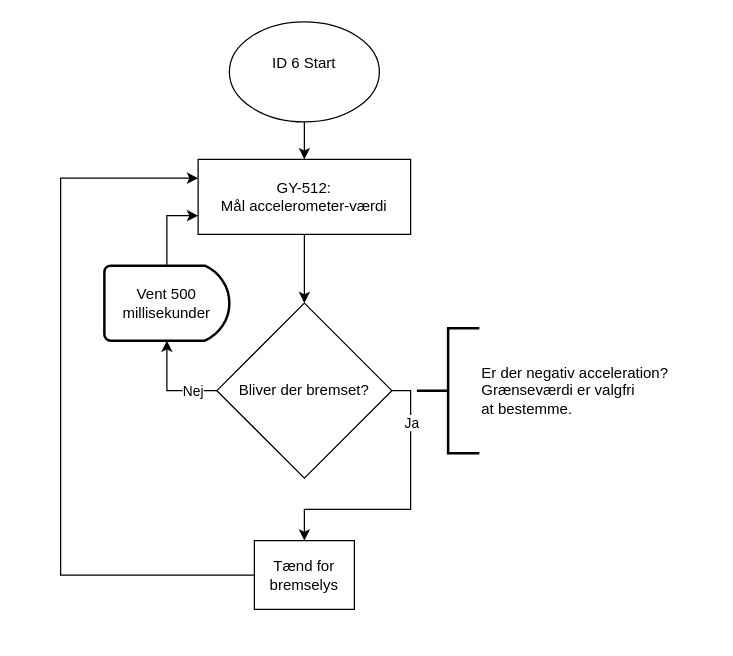
Above: ID 06, P2/ID6 V1 Bremselys.drawio in KEA-E24-B9-IOT1/E24-B9-IoT1 (draw.io), before the change. Source tidied: cells renumbered, new cells numbered last; positions are measured from the earlier drawing's top-left corner, leaving out a move shared by most shapes. Both pictures are drawn from the tidied source at 125%, with x=0, y=0 at pixel (60, 21).
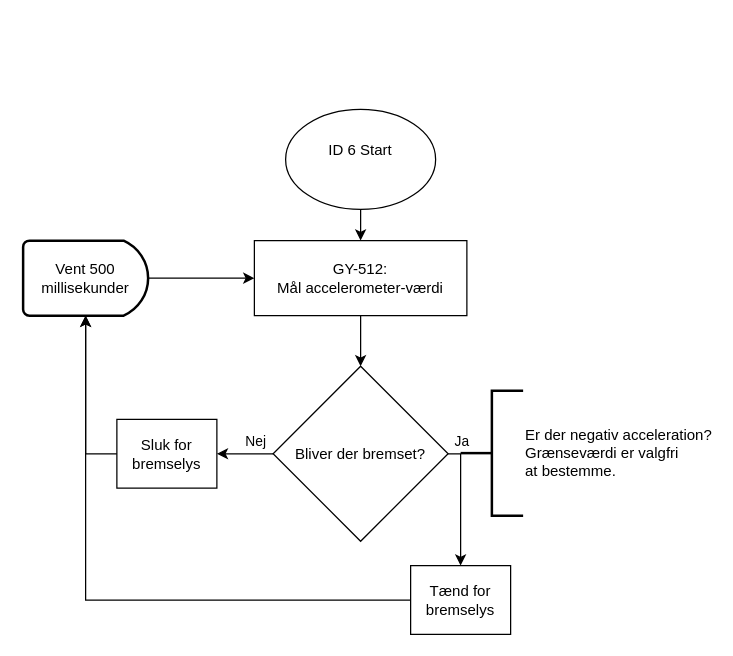
The same diagram, later.

Commit message:
Tilføjet sluk for bremselys

Change to the diagram source:
```diff
@@
-    <mxCell id="2" style="edgeStyle=orthogonalEdgeStyle;rounded=0;jettySize=auto;html=1;" parent="1" edge="1" source="3">
-      <mxGeometry relative="1" as="geometry">
-        <mxPoint x="195" y="110" as="targetPoint" />
-      </mxGeometry>
-    </mxCell>
+    <mxCell id="17" style="edgeStyle=orthogonalEdgeStyle;rounded=0;jettySize=auto;html=1;" parent="1" edge="1" source="3" target="8">
+      <mxGeometry relative="1" as="geometry" />
+    </mxCell>
     <mxCell id="3" value="ID 6 Start&lt;div&gt;&lt;br&gt;&lt;/div&gt;" style="ellipse;whiteSpace=wrap;html=1;" parent="1" vertex="1">
-      <mxGeometry x="135" width="120" height="80" as="geometry" />
+      <mxGeometry x="180" y="70" width="120" height="80" as="geometry" />
     </mxCell>
-    <mxCell id="4" style="edgeStyle=orthogonalEdgeStyle;rounded=0;jettySize=auto;html=1;" parent="1" edge="1" target="8">
-      <mxGeometry relative="1" as="geometry">
-        <mxPoint x="195" y="170" as="sourcePoint" />
-      </mxGeometry>
-    </mxCell>
-    <mxCell id="5" style="edgeStyle=orthogonalEdgeStyle;rounded=0;jettySize=auto;html=1;exitX=0;exitY=0.5;exitDx=0;exitDy=0;entryX=0;entryY=0.25;entryDx=0;entryDy=0;" parent="1" edge="1" source="6" target="8">
-      <mxGeometry relative="1" as="geometry">
-        <Array as="points">
-          <mxPoint y="443" />
-          <mxPoint y="125" />
-        </Array>
-      </mxGeometry>
-    </mxCell>
-    <mxCell id="6" value="Tænd for bremselys" style="rounded=0;whiteSpace=wrap;html=1;" parent="1" vertex="1">
-      <mxGeometry x="155" y="415" width="80" height="55" as="geometry" />
-    </mxCell>
@@
     <mxCell id="8" value="&lt;div&gt;GY-512:&lt;/div&gt;&lt;div&gt;Mål accelerometer-værdi&lt;br&gt;&lt;/div&gt;" style="rounded=0;whiteSpace=wrap;html=1;" parent="1" vertex="1">
-      <mxGeometry x="110" y="110" width="170" height="60" as="geometry" />
+      <mxGeometry x="155" y="175" width="170" height="60" as="geometry" />
     </mxCell>
+    <mxCell id="18" style="edgeStyle=orthogonalEdgeStyle;rounded=0;jettySize=auto;html=1;" parent="1" edge="1" source="11" target="19">
+      <mxGeometry relative="1" as="geometry">
+        <Array as="points">
+          <mxPoint x="150" y="345" />
+          <mxPoint x="150" y="346" />
+        </Array>
+      </mxGeometry>
+    </mxCell>
+    <mxCell id="15" value="Nej" style="edgeLabel;html=1;align=center;verticalAlign=middle;" parent="18" vertex="1">
+      <mxGeometry x="-0.13" y="-5" relative="1" as="geometry">
+        <mxPoint x="5" y="-5" as="offset" />
+      </mxGeometry>
+    </mxCell>
-    <mxCell id="9" style="edgeStyle=orthogonalEdgeStyle;rounded=0;jettySize=auto;html=1;entryX=0.5;entryY=0;entryDx=0;entryDy=0;" parent="1" edge="1" source="11" target="6">
+    <mxCell id="9" style="edgeStyle=orthogonalEdgeStyle;rounded=0;jettySize=auto;html=1;" parent="1" edge="1" source="11" target="6">
       <mxGeometry relative="1" as="geometry">
         <Array as="points">
-          <mxPoint x="280" y="295" />
-          <mxPoint x="280" y="390" />
-          <mxPoint x="195" y="390" />
+          <mxPoint x="320" y="346" />
         </Array>
       </mxGeometry>
     </mxCell>
     <mxCell id="10" value="Ja" style="edgeLabel;html=1;align=center;verticalAlign=middle;" parent="9" vertex="1">
-      <mxGeometry x="-0.84" y="8" relative="1" as="geometry">
-        <mxPoint x="-8" y="22" as="offset" />
+      <mxGeometry x="0.25" y="2" relative="1" as="geometry">
+        <mxPoint x="-2" y="-62" as="offset" />
       </mxGeometry>
     </mxCell>
     <mxCell id="11" value="Bliver der bremset?" style="rhombus;whiteSpace=wrap;html=1;" parent="1" vertex="1">
-      <mxGeometry x="125" y="225" width="140" height="140" as="geometry" />
+      <mxGeometry x="170" y="275.5" width="140" height="140" as="geometry" />
     </mxCell>
-    <mxCell id="12" style="edgeStyle=orthogonalEdgeStyle;rounded=0;jettySize=auto;html=1;exitX=0.5;exitY=0;exitDx=0;exitDy=0;exitPerimeter=0;entryX=0;entryY=0.75;entryDx=0;entryDy=0;" parent="1" edge="1" source="13" target="8">
+    <mxCell id="12" style="edgeStyle=orthogonalEdgeStyle;rounded=0;jettySize=auto;html=1;entryX=0;entryY=0.5;entryDx=0;entryDy=0;" parent="1" edge="1" source="13" target="8">
       <mxGeometry relative="1" as="geometry" />
     </mxCell>
     <mxCell id="13" value="Vent 500 millisekunder" style="strokeWidth=2;html=1;shape=mxgraph.flowchart.delay;whiteSpace=wrap;" parent="1" vertex="1">
-      <mxGeometry x="35" y="195" width="100" height="60" as="geometry" />
+      <mxGeometry x="-30" y="175" width="100" height="60" as="geometry" />
     </mxCell>
-    <mxCell id="14" style="edgeStyle=orthogonalEdgeStyle;rounded=0;jettySize=auto;html=1;exitX=0;exitY=0.5;exitDx=0;exitDy=0;entryX=0.5;entryY=1;entryDx=0;entryDy=0;entryPerimeter=0;" parent="1" edge="1" source="11" target="13">
-      <mxGeometry relative="1" as="geometry" />
-    </mxCell>
-    <mxCell id="15" value="&lt;div&gt;Nej&lt;/div&gt;" style="edgeLabel;html=1;align=center;verticalAlign=middle;" parent="14" vertex="1">
-      <mxGeometry x="-0.57" y="4" relative="1" as="geometry">
-        <mxPoint x="-3" y="-4" as="offset" />
-      </mxGeometry>
-    </mxCell>
     <mxCell id="16" value="&lt;div&gt;Er der negativ acceleration?&lt;/div&gt;&lt;div&gt;Grænseværdi er valgfri&lt;/div&gt;&lt;div&gt;at bestemme.&lt;br&gt;&lt;/div&gt;" style="strokeWidth=2;html=1;shape=mxgraph.flowchart.annotation_2;align=left;labelPosition=right;" parent="1" vertex="1">
-      <mxGeometry x="285" y="245" width="50" height="100" as="geometry" />
+      <mxGeometry x="320" y="295" width="50" height="100" as="geometry" />
     </mxCell>
+    <mxCell id="19" value="Sluk for bremselys" style="rounded=0;whiteSpace=wrap;html=1;" parent="1" vertex="1">
+      <mxGeometry x="45" y="318" width="80" height="55" as="geometry" />
+    </mxCell>
+    <mxCell id="6" value="Tænd for bremselys" style="rounded=0;whiteSpace=wrap;html=1;" parent="1" vertex="1">
+      <mxGeometry x="280" y="435" width="80" height="55" as="geometry" />
+    </mxCell>
+    <mxCell id="20" style="edgeStyle=orthogonalEdgeStyle;rounded=0;jettySize=auto;html=1;entryX=0.5;entryY=1;entryDx=0;entryDy=0;entryPerimeter=0;" parent="1" edge="1" source="6" target="13">
+      <mxGeometry relative="1" as="geometry" />
+    </mxCell>
+    <mxCell id="21" style="edgeStyle=orthogonalEdgeStyle;rounded=0;jettySize=auto;html=1;entryX=0.5;entryY=1;entryDx=0;entryDy=0;entryPerimeter=0;" parent="1" edge="1" source="19" target="13">
+      <mxGeometry relative="1" as="geometry">
+        <Array as="points">
+          <mxPoint x="20" y="346" />
+        </Array>
+      </mxGeometry>
+    </mxCell>
```
